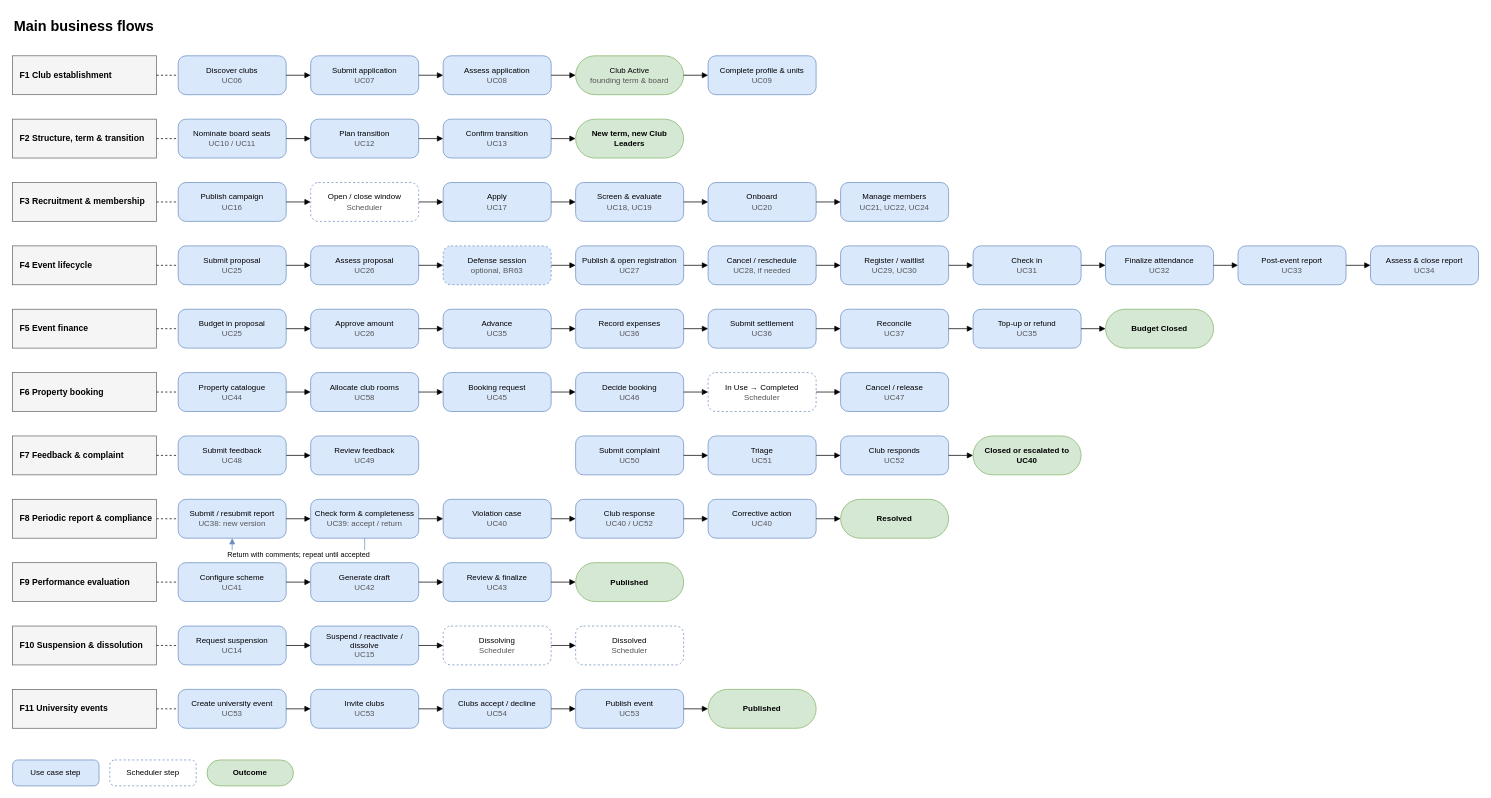
Earlier version of the draw.io diagram page "Main business flows" (2 of 2) of docs/03-diagrams/UCMS_Organization_and_Flows.drawio (nvdekay/ClubManagementSystem). Source tidied: cells renumbered, new cells numbered last; positions are measured from the earlier drawing's top-left corner, leaving out a move shared by most shapes. Both pictures are drawn from the tidied source at 72%, with x=0, y=0 at pixel (12, 12).
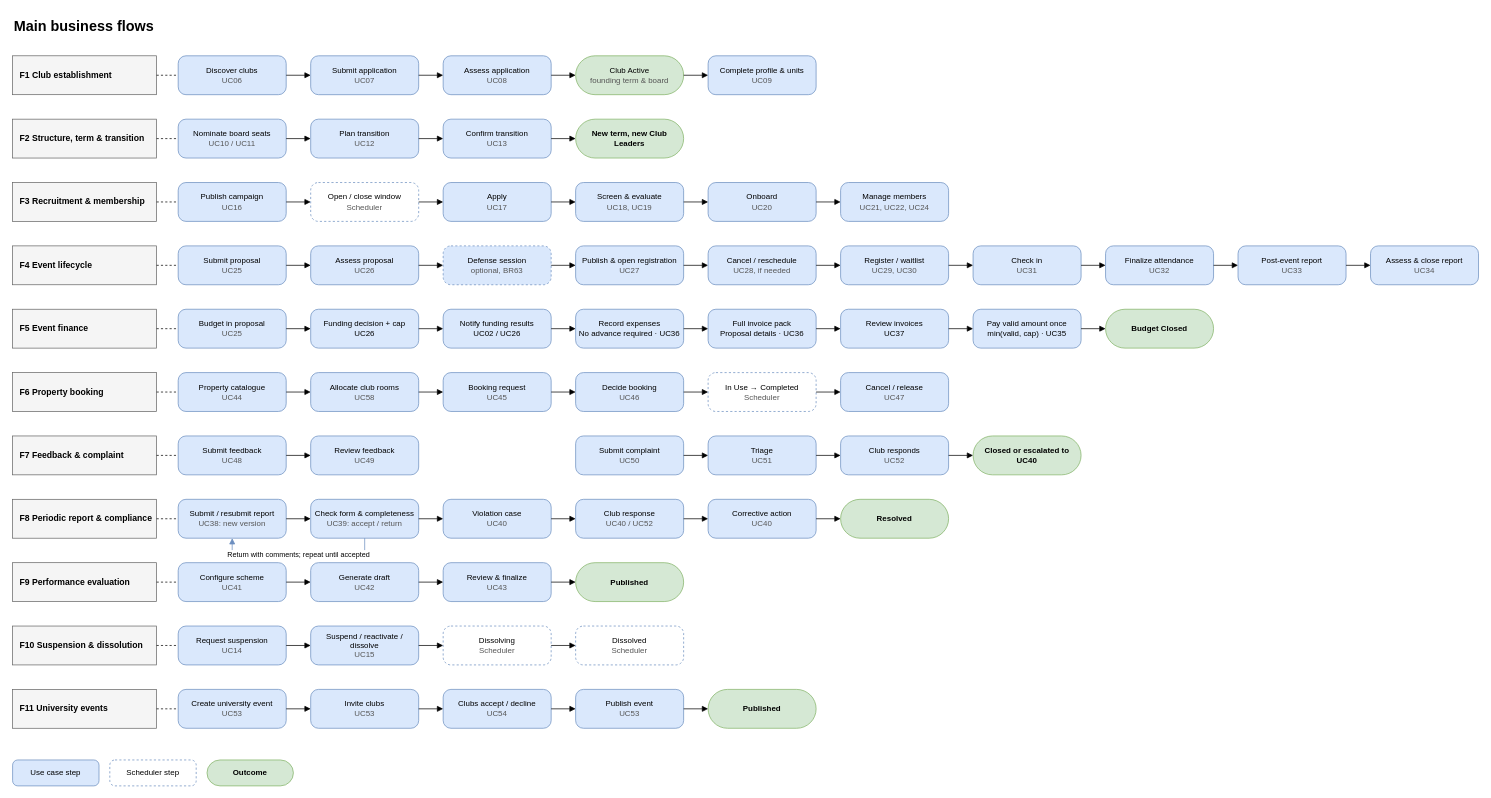
The same page after the edit.

The edit, as a diff of the source:
```diff
@@
-    <mxCell id="56" value="Approve amount&lt;br&gt;&lt;font color=&quot;#555555&quot;&gt;UC26&lt;/font&gt;" style="rounded=1;arcSize=20;whiteSpace=wrap;html=1;fillColor=#dae8fc;strokeColor=#6c8ebf;fontSize=11;" parent="1" vertex="1">
+    <mxCell id="56" value="Funding decision + cap&lt;br&gt;UC26" style="rounded=1;arcSize=20;whiteSpace=wrap;html=1;fillColor=#dae8fc;strokeColor=#6c8ebf;fontSize=11;" parent="1" vertex="1">
       <mxGeometry x="414" y="412" width="150" height="54" as="geometry" />
     </mxCell>
@@
-    <mxCell id="58" value="Advance&lt;br&gt;&lt;font color=&quot;#555555&quot;&gt;UC35&lt;/font&gt;" style="rounded=1;arcSize=20;whiteSpace=wrap;html=1;fillColor=#dae8fc;strokeColor=#6c8ebf;fontSize=11;" parent="1" vertex="1">
+    <mxCell id="58" value="Notify funding results&lt;br&gt;UC02 / UC26" style="rounded=1;arcSize=20;whiteSpace=wrap;html=1;fillColor=#dae8fc;strokeColor=#6c8ebf;fontSize=11;" parent="1" vertex="1">
       <mxGeometry x="598" y="412" width="150" height="54" as="geometry" />
     </mxCell>
@@
-    <mxCell id="60" value="Record expenses&lt;br&gt;&lt;font color=&quot;#555555&quot;&gt;UC36&lt;/font&gt;" style="rounded=1;arcSize=20;whiteSpace=wrap;html=1;fillColor=#dae8fc;strokeColor=#6c8ebf;fontSize=11;" parent="1" vertex="1">
+    <mxCell id="60" value="Record expenses&lt;br&gt;No advance required · UC36" style="rounded=1;arcSize=20;whiteSpace=wrap;html=1;fillColor=#dae8fc;strokeColor=#6c8ebf;fontSize=11;" parent="1" vertex="1">
       <mxGeometry x="782" y="412" width="150" height="54" as="geometry" />
     </mxCell>
@@
-    <mxCell id="62" value="Submit settlement&lt;br&gt;&lt;font color=&quot;#555555&quot;&gt;UC36&lt;/font&gt;" style="rounded=1;arcSize=20;whiteSpace=wrap;html=1;fillColor=#dae8fc;strokeColor=#6c8ebf;fontSize=11;" parent="1" vertex="1">
+    <mxCell id="62" value="Full invoice pack&lt;br&gt;Proposal details · UC36" style="rounded=1;arcSize=20;whiteSpace=wrap;html=1;fillColor=#dae8fc;strokeColor=#6c8ebf;fontSize=11;" parent="1" vertex="1">
       <mxGeometry x="966" y="412" width="150" height="54" as="geometry" />
     </mxCell>
@@
-    <mxCell id="64" value="Reconcile&lt;br&gt;&lt;font color=&quot;#555555&quot;&gt;UC37&lt;/font&gt;" style="rounded=1;arcSize=20;whiteSpace=wrap;html=1;fillColor=#dae8fc;strokeColor=#6c8ebf;fontSize=11;" parent="1" vertex="1">
+    <mxCell id="64" value="Review invoices&lt;br&gt;UC37" style="rounded=1;arcSize=20;whiteSpace=wrap;html=1;fillColor=#dae8fc;strokeColor=#6c8ebf;fontSize=11;" parent="1" vertex="1">
       <mxGeometry x="1150" y="412" width="150" height="54" as="geometry" />
     </mxCell>
@@
-    <mxCell id="66" value="Top-up or refund&lt;br&gt;&lt;font color=&quot;#555555&quot;&gt;UC35&lt;/font&gt;" style="rounded=1;arcSize=20;whiteSpace=wrap;html=1;fillColor=#dae8fc;strokeColor=#6c8ebf;fontSize=11;" parent="1" vertex="1">
+    <mxCell id="66" value="Pay valid amount once&lt;br&gt;min(valid, cap) · UC35" style="rounded=1;arcSize=20;whiteSpace=wrap;html=1;fillColor=#dae8fc;strokeColor=#6c8ebf;fontSize=11;" parent="1" vertex="1">
       <mxGeometry x="1334" y="412" width="150" height="54" as="geometry" />
     </mxCell>
```
